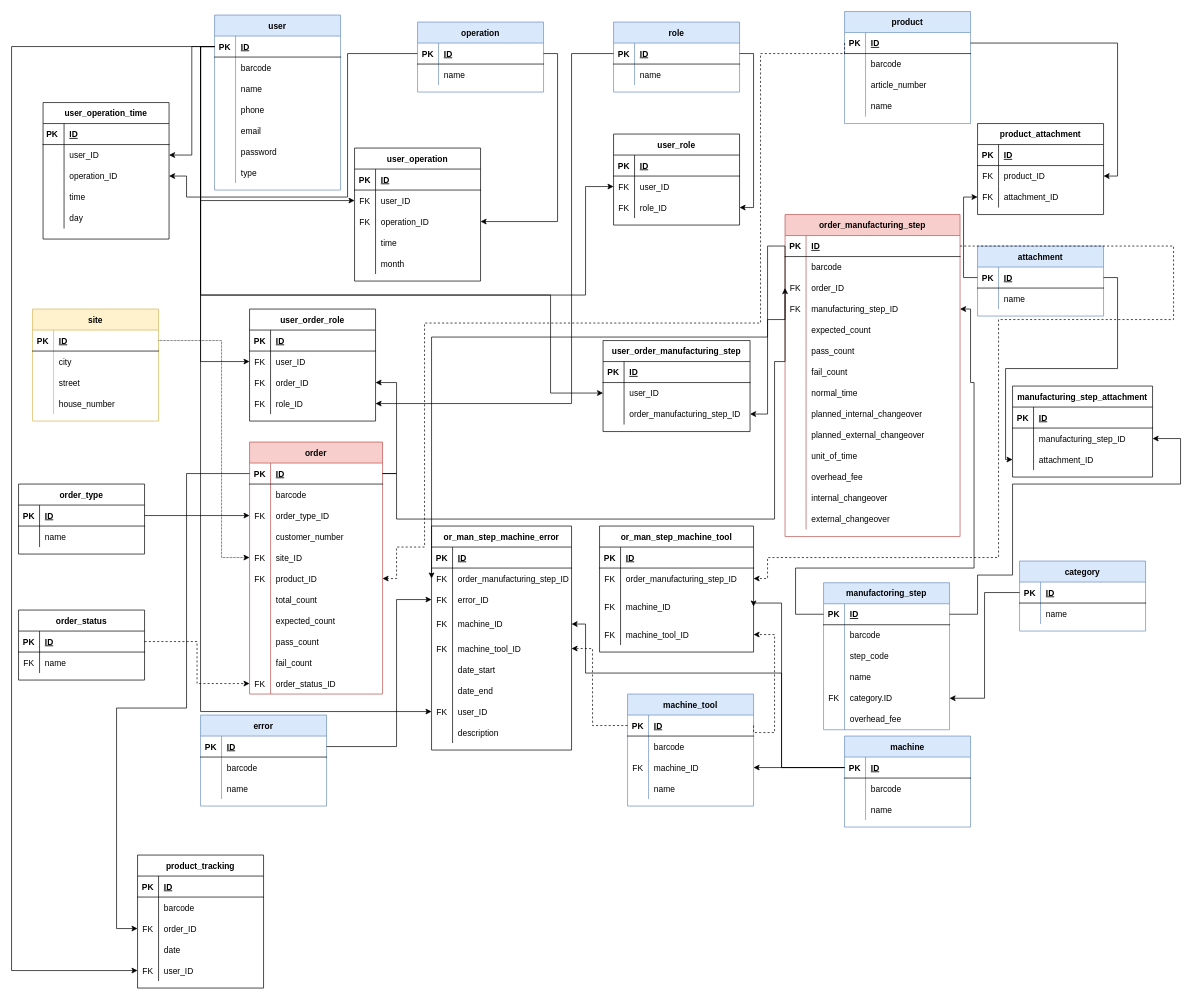
KerteszZoltan/mesterminal keeps this draw.io diagram as DOC/diagrams/database_plan_2_0_0.drawio. Above is the earlier version. Source tidied: cells renumbered, new cells numbered last; positions are measured from the earlier drawing's top-left corner, leaving out a move shared by most shapes. Both pictures are drawn from the tidied source at 70%, with x=0, y=0 at pixel (11, 11).
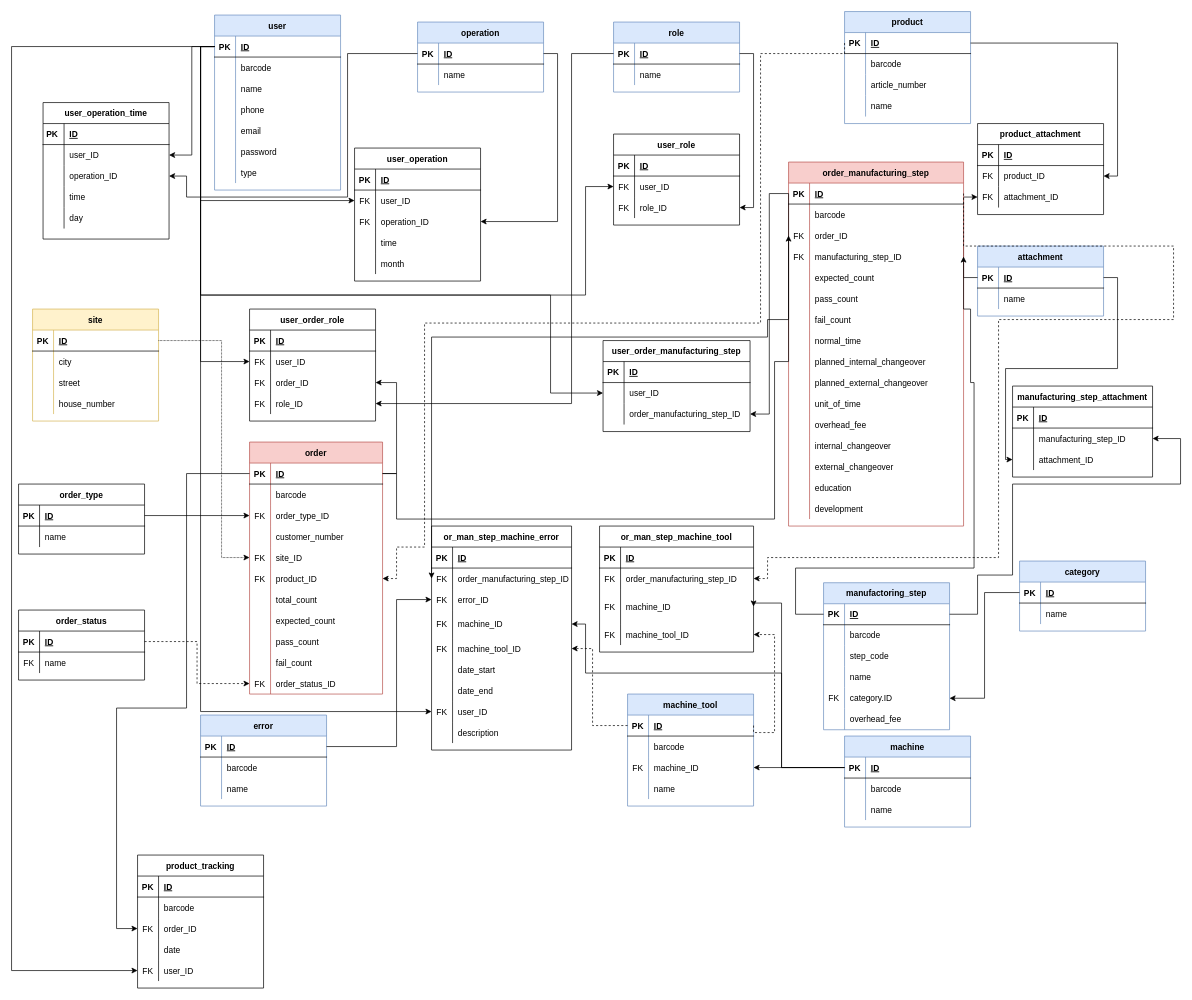
The same diagram, later.

The edit, as a diff of the source:
```diff
@@
     <mxCell id="258" value="order_manufacturing_step" style="shape=table;startSize=30;childLayout=tableLayout;rowLines=0;fontStyle=1;align=center;fillColor=#f8cecc;strokeColor=#b85450;" parent="1" vertex="1">
-      <mxGeometry x="1105" y="290" width="250" height="460" as="geometry" />
+      <mxGeometry x="1110" y="215" width="250" height="520" as="geometry" />
     </mxCell>
@@
+    <mxCell id="396" style="shape=partialRectangle;fillColor=none;top=0;left=0;bottom=0;right=0;" parent="258" vertex="1">
+      <mxGeometry y="450" width="250" height="30" as="geometry" />
+    </mxCell>
+    <mxCell id="397" style="shape=partialRectangle;fillColor=none;top=0;left=0;bottom=0;right=0;overflow=hidden;" parent="396" vertex="1">
+      <mxGeometry width="30" height="30" as="geometry" />
+    </mxCell>
+    <mxCell id="398" value="education" style="shape=partialRectangle;fillColor=none;top=0;left=0;bottom=0;right=0;align=left;spacingLeft=6;overflow=hidden;" parent="396" vertex="1">
+      <mxGeometry x="30" width="220" height="30" as="geometry" />
+    </mxCell>
+    <mxCell id="399" style="shape=partialRectangle;fillColor=none;top=0;left=0;bottom=0;right=0;" parent="258" vertex="1">
+      <mxGeometry y="480" width="250" height="30" as="geometry" />
+    </mxCell>
+    <mxCell id="400" style="shape=partialRectangle;fillColor=none;top=0;left=0;bottom=0;right=0;overflow=hidden;" parent="399" vertex="1">
+      <mxGeometry width="30" height="30" as="geometry" />
+    </mxCell>
+    <mxCell id="401" value="development" style="shape=partialRectangle;fillColor=none;top=0;left=0;bottom=0;right=0;align=left;spacingLeft=6;overflow=hidden;" parent="399" vertex="1">
+      <mxGeometry x="30" width="220" height="30" as="geometry" />
+    </mxCell>
```
